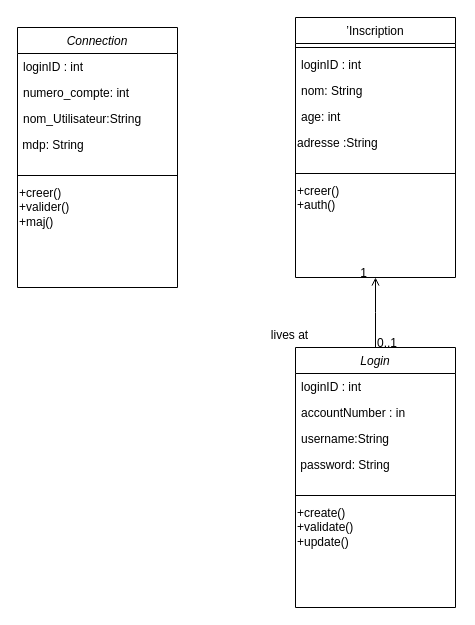
H-deve/java-project keeps this draw.io diagram as classe_java_projet.drawio. Above is the earlier version. Source tidied: cells renumbered, new cells numbered last; positions are measured from the earlier drawing's top-left corner, leaving out a move shared by most shapes. Both pictures are drawn from the tidied source at 100%, with x=0, y=0 at pixel (17, 17).
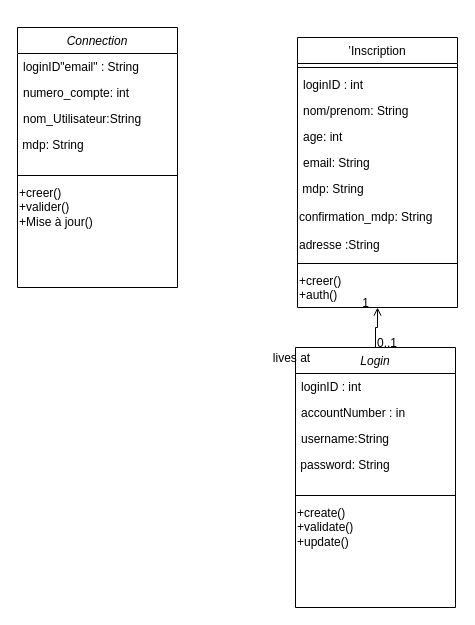
Above is the later version.

Commit message (it also covers changes not shown here):
Mettre à jour classe_java_projet.drawio

The change refers to these unchanged cells:
```xml
<mxCell id="21" value="Connection" style="swimlane;fontStyle=2;align=center;verticalAlign=top;horizontal=1;startSize=26;rounded=0;shadow=0;strokeWidth=1;" parent="1" vertex="1">
  <mxGeometry y="10" width="160" height="260" as="geometry" />
</mxCell>
```

What changed in the source:
```diff
@@
     <mxCell id="9" value="’Inscription" style="swimlane;fontStyle=0;align=center;verticalAlign=top;horizontal=1;startSize=26;rounded=0;shadow=0;strokeWidth=1;" parent="1" vertex="1">
-      <mxGeometry x="278" width="160" height="260" as="geometry" />
+      <mxGeometry x="280" y="20" width="160" height="270" as="geometry" />
     </mxCell>
@@
-    <mxCell id="12" value="nom: String" style="text;align=left;verticalAlign=top;spacingLeft=4;spacingRight=4;overflow=hidden;rounded=0;shadow=0;html=0;" parent="9" vertex="1">
+    <mxCell id="12" value="nom/prenom: String" style="text;align=left;verticalAlign=top;spacingLeft=4;spacingRight=4;overflow=hidden;rounded=0;shadow=0;html=0;" parent="9" vertex="1">
       <mxGeometry y="60" width="160" height="26" as="geometry" />
     </mxCell>
@@
+    <mxCell id="28" value="email: String" style="text;align=left;verticalAlign=top;spacingLeft=4;spacingRight=4;overflow=hidden;rounded=0;shadow=0;html=0;" parent="9" vertex="1">
+      <mxGeometry y="112" width="160" height="26" as="geometry" />
+    </mxCell>
+    <mxCell id="29" value="&amp;nbsp;mdp: String" style="text;whiteSpace=wrap;html=1;" parent="9" vertex="1">
+      <mxGeometry y="138" width="160" height="28" as="geometry" />
+    </mxCell>
+    <mxCell id="30" value="confirmation_mdp: String" style="text;whiteSpace=wrap;html=1;" parent="9" vertex="1">
+      <mxGeometry y="166" width="160" height="28" as="geometry" />
+    </mxCell>
     <mxCell id="14" value="adresse :String" style="text;whiteSpace=wrap;html=1;" parent="9" vertex="1">
-      <mxGeometry y="112" width="160" height="40" as="geometry" />
+      <mxGeometry y="194" width="160" height="28" as="geometry" />
     </mxCell>
     <mxCell id="15" style="line;html=1;strokeWidth=1;align=left;verticalAlign=middle;spacingTop=-1;spacingLeft=3;spacingRight=3;labelPosition=right;" parent="9" vertex="1">
-      <mxGeometry y="152" width="160" height="8" as="geometry" />
+      <mxGeometry y="222" width="160" height="8" as="geometry" />
     </mxCell>
     <mxCell id="16" value="&lt;div&gt;+creer()&lt;/div&gt;&lt;div&gt;+auth()&lt;br&gt;&lt;/div&gt;" style="text;whiteSpace=wrap;html=1;" parent="9" vertex="1">
-      <mxGeometry y="160" width="160" height="40" as="geometry" />
+      <mxGeometry y="230" width="160" height="40" as="geometry" />
     </mxCell>
@@
-    <mxCell id="22" value="loginID : int " style="text;align=left;verticalAlign=top;spacingLeft=4;spacingRight=4;overflow=hidden;" parent="21" vertex="1">
+    <mxCell id="22" value="loginID&quot;email&quot; : String " style="text;align=left;verticalAlign=top;spacingLeft=4;spacingRight=4;overflow=hidden;" parent="21" vertex="1">
       <mxGeometry y="26" width="160" height="26" as="geometry" />
     </mxCell>
@@
-    <mxCell id="27" value="&lt;div&gt;+creer()&lt;/div&gt;&lt;div&gt;+valider()&lt;/div&gt;&lt;div&gt;+maj()&lt;br&gt;&lt;/div&gt;" style="text;whiteSpace=wrap;html=1;" parent="21" vertex="1">
+    <mxCell id="27" value="&lt;div&gt;+creer()&lt;/div&gt;&lt;div&gt;+valider()&lt;/div&gt;&lt;div&gt;+Mise à jour()&lt;br&gt;&lt;/div&gt;" style="text;whiteSpace=wrap;html=1;" parent="21" vertex="1">
       <mxGeometry y="152" width="160" height="58" as="geometry" />
     </mxCell>
```
